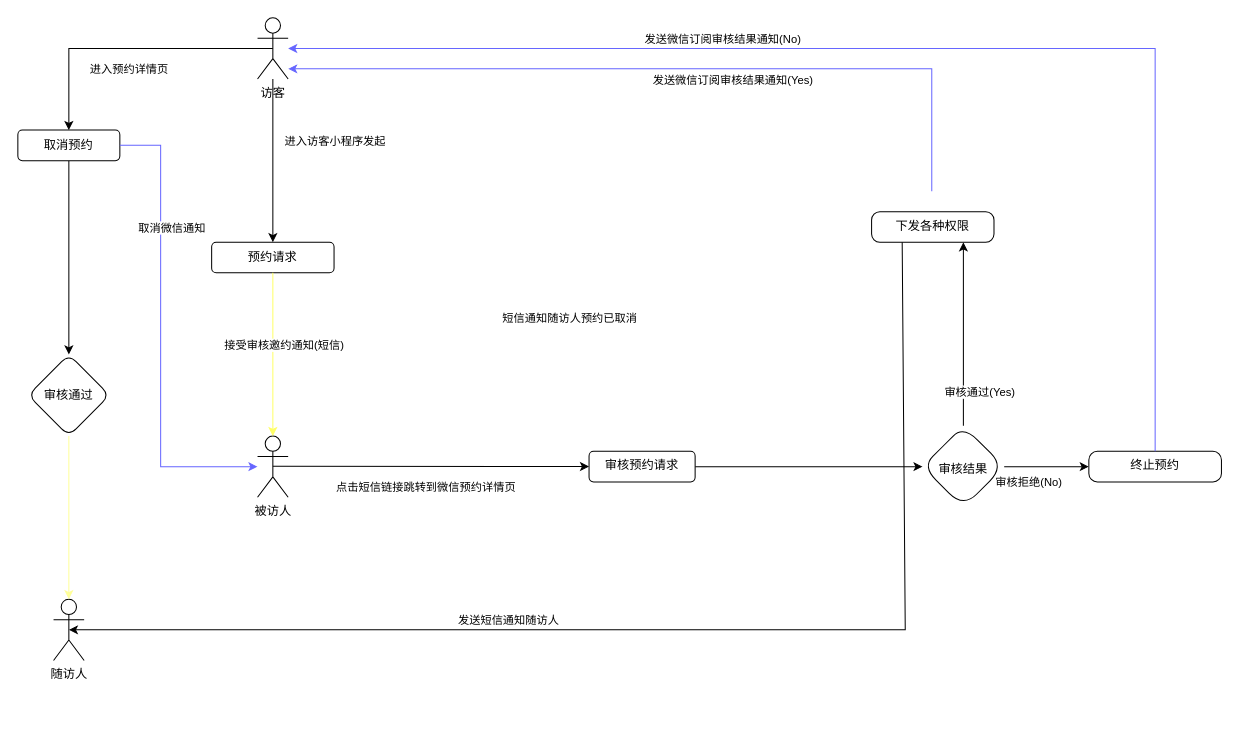
Above: page "预约模式" (1 of 2) of 访客系统/访客系统.drawio in animitta/graph (draw.io), before the change. Source tidied: cells renumbered, new cells numbered last; positions are measured from the earlier drawing's top-left corner, leaving out a move shared by most shapes. Both pictures are drawn from the tidied source at 102%, with x=0, y=0 at pixel (17, 17).
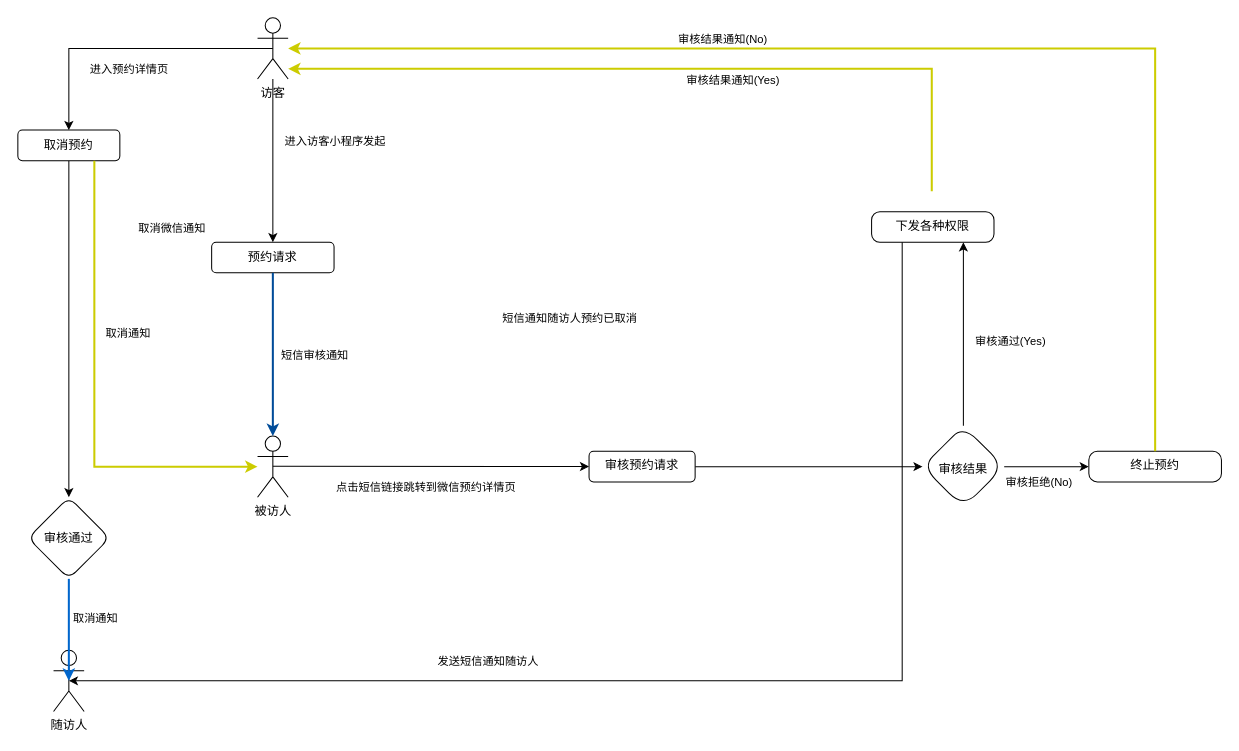
The same page after the edit.

Commit message:
实现邀约模式

The change refers to these unchanged cells:
```xml
<mxCell id="2" value="预约请求" style="rounded=1;whiteSpace=wrap;html=1;fontSize=12;glass=0;strokeWidth=1;shadow=0;" parent="1" vertex="1">
  <mxGeometry x="190" y="220" width="120" height="30" as="geometry" />
</mxCell>
<mxCell id="3" value="被访人" style="shape=umlActor;verticalLabelPosition=bottom;verticalAlign=top;html=1;outlineConnect=0;" parent="1" vertex="1">
  <mxGeometry x="235" y="410" width="30" height="60" as="geometry" />
</mxCell>
<mxCell id="4" value="访客" style="shape=umlActor;verticalLabelPosition=bottom;verticalAlign=top;html=1;outlineConnect=0;" parent="1" vertex="1">
  <mxGeometry x="235" width="30" height="60" as="geometry" />
</mxCell>
<mxCell id="16" value="下发各种权限" style="whiteSpace=wrap;html=1;verticalAlign=top;rounded=1;arcSize=27;" parent="1" vertex="1">
  <mxGeometry x="837" y="190" width="120" height="30" as="geometry" />
</mxCell>
<mxCell id="18" value="终止预约" style="whiteSpace=wrap;html=1;verticalAlign=top;rounded=1;arcSize=28;" parent="1" vertex="1">
  <mxGeometry x="1050" y="425" width="130" height="30" as="geometry" />
</mxCell>
<mxCell id="28" value="取消预约" style="rounded=1;whiteSpace=wrap;html=1;" parent="1" vertex="1">
  <mxGeometry y="110" width="100" height="30" as="geometry" />
</mxCell>
```

Change to the diagram source:
```diff
@@
-    <mxCell id="7" style="endArrow=classic;html=1;rounded=0;exitX=0.5;exitY=1;exitDx=0;exitDy=0;entryX=0.5;entryY=0;entryDx=0;entryDy=0;entryPerimeter=0;strokeColor=#FFFF66;" parent="1" edge="1" source="2" target="3">
+    <mxCell id="7" style="endArrow=classic;html=1;rounded=0;exitX=0.5;exitY=1;exitDx=0;exitDy=0;entryX=0.5;entryY=0;entryDx=0;entryDy=0;entryPerimeter=0;strokeColor=#004C99;strokeWidth=2;" parent="1" edge="1" source="2" target="3">
       <mxGeometry relative="1" as="geometry">
         <Array as="points">
           <mxPoint x="250" y="340" />
         </Array>
       </mxGeometry>
     </mxCell>
-    <mxCell id="8" value="接受审核邀约通知(短信)" style="edgeLabel;html=1;align=center;verticalAlign=middle;" parent="7" vertex="1">
+    <mxCell id="8" value="短信审核通知" style="edgeLabel;html=1;align=center;verticalAlign=middle;" parent="7" vertex="1">
       <mxGeometry relative="1" as="geometry">
-        <mxPoint x="10" y="-10" as="offset" />
+        <mxPoint x="40" as="offset" />
       </mxGeometry>
     </mxCell>
@@
     <mxCell id="17" value="审核通过(Yes)" style="edgeLabel;html=1;align=center;verticalAlign=middle;" parent="1" vertex="1">
-      <mxGeometry x="950" y="370" as="geometry">
+      <mxGeometry x="980" y="320" as="geometry">
         <mxPoint x="-8" y="-4" as="offset" />
       </mxGeometry>
     </mxCell>
@@
     <mxCell id="19" value="审核拒绝(No)" style="edgeLabel;html=1;align=center;verticalAlign=middle;" parent="1" vertex="1">
-      <mxGeometry x="990" y="425" as="geometry">
+      <mxGeometry x="1000" y="425" as="geometry">
         <mxPoint y="29" as="offset" />
       </mxGeometry>
     </mxCell>
-    <mxCell id="20" style="endArrow=classic;html=1;rounded=0;exitX=0.5;exitY=0;exitDx=0;exitDy=0;strokeColor=#6666FF;" parent="1" edge="1" source="18" target="4">
+    <mxCell id="20" style="endArrow=classic;html=1;rounded=0;exitX=0.5;exitY=0;exitDx=0;exitDy=0;strokeColor=#CCCC00;strokeWidth=2;" parent="1" edge="1" source="18" target="4">
       <mxGeometry relative="1" as="geometry">
         <Array as="points">
           <mxPoint x="1115" y="30" />
         </Array>
       </mxGeometry>
     </mxCell>
-    <mxCell id="21" value="发送微信订阅审核结果通知(No)" style="edgeLabel;html=1;align=center;verticalAlign=middle;" parent="20" vertex="1">
+    <mxCell id="21" value="审核结果通知(No)" style="edgeLabel;html=1;align=center;verticalAlign=middle;" parent="20" vertex="1">
       <mxGeometry relative="1" as="geometry">
         <mxPoint x="-197" y="-10" as="offset" />
       </mxGeometry>
     </mxCell>
-    <mxCell id="22" style="endArrow=classic;html=1;rounded=0;entryX=1;entryY=1;entryDx=0;entryDy=0;entryPerimeter=0;strokeColor=#6666FF;" parent="1" edge="1">
+    <mxCell id="22" style="endArrow=classic;html=1;rounded=0;entryX=1;entryY=1;entryDx=0;entryDy=0;entryPerimeter=0;strokeColor=#CCCC00;strokeWidth=2;" parent="1" edge="1">
       <mxGeometry relative="1" as="geometry">
         <mxPoint x="896" y="170" as="sourcePoint" />
         <mxPoint x="265" y="50" as="targetPoint" />
         <Array as="points">
           <mxPoint x="896" y="50" />
         </Array>
       </mxGeometry>
     </mxCell>
-    <mxCell id="23" value="发送微信订阅审核结果通知(Yes)" style="edgeLabel;html=1;align=center;verticalAlign=middle;" parent="22" vertex="1">
+    <mxCell id="23" value="审核结果通知(Yes)" style="edgeLabel;html=1;align=center;verticalAlign=middle;" parent="22" vertex="1">
       <mxGeometry relative="1" as="geometry">
         <mxPoint x="60" y="10" as="offset" />
       </mxGeometry>
     </mxCell>
     <mxCell id="24" value="随访人" style="shape=umlActor;verticalLabelPosition=bottom;verticalAlign=top;html=1;outlineConnect=0;" parent="1" vertex="1">
-      <mxGeometry x="35" y="570" width="30" height="60" as="geometry" />
+      <mxGeometry x="35" y="620" width="30" height="60" as="geometry" />
     </mxCell>
-    <mxCell id="25" style="endArrow=classic;html=1;rounded=0;exitX=0.25;exitY=1;exitDx=0;exitDy=0;" parent="1" edge="1" source="16">
+    <mxCell id="25" style="endArrow=classic;html=1;rounded=0;exitX=0.25;exitY=1;exitDx=0;exitDy=0;entryX=0.5;entryY=0.5;entryDx=0;entryDy=0;entryPerimeter=0;" parent="1" edge="1" source="16" target="24">
       <mxGeometry relative="1" as="geometry">
-        <mxPoint x="50" y="600" as="targetPoint" />
         <Array as="points">
-          <mxPoint x="870" y="600" />
+          <mxPoint x="867" y="650" />
         </Array>
       </mxGeometry>
     </mxCell>
     <mxCell id="26" value="发送短信通知随访人" style="edgeLabel;html=1;align=center;verticalAlign=middle;" parent="25" vertex="1">
       <mxGeometry relative="1" as="geometry">
-        <mxPoint x="-170" y="-10" as="offset" />
+        <mxPoint x="-213" y="-20" as="offset" />
       </mxGeometry>
     </mxCell>
@@
-    <mxCell id="31" style="edgeStyle=none;rounded=0;jettySize=auto;html=1;exitX=1;exitY=0.5;exitDx=0;exitDy=0;strokeColor=#6666FF;" parent="1" edge="1" source="28" target="3">
+    <mxCell id="31" style="edgeStyle=none;rounded=0;jettySize=auto;html=1;exitX=0.75;exitY=1;exitDx=0;exitDy=0;strokeColor=#CCCC00;strokeWidth=2;" parent="1" edge="1" source="28" target="3">
       <mxGeometry relative="1" as="geometry">
         <Array as="points">
-          <mxPoint x="140" y="125" />
-          <mxPoint x="140" y="440" />
+          <mxPoint x="75" y="440" />
         </Array>
       </mxGeometry>
     </mxCell>
-    <mxCell id="32" style="edgeStyle=none;rounded=0;jettySize=auto;html=1;strokeColor=#FFFF99;" parent="1" edge="1" source="33">
-      <mxGeometry relative="1" as="geometry">
-        <mxPoint x="50" y="570" as="targetPoint" />
-      </mxGeometry>
+    <mxCell id="32" style="edgeStyle=none;rounded=0;jettySize=auto;html=1;strokeColor=#0066CC;strokeWidth=2;entryX=0.5;entryY=0.5;entryDx=0;entryDy=0;entryPerimeter=0;" parent="1" edge="1" source="33" target="24">
+      <mxGeometry relative="1" as="geometry" />
     </mxCell>
     <mxCell id="33" value="审核通过" style="rhombus;whiteSpace=wrap;html=1;rounded=1;" parent="1" vertex="1">
-      <mxGeometry x="10" y="330" width="80" height="80" as="geometry" />
+      <mxGeometry x="10" y="470" width="80" height="80" as="geometry" />
     </mxCell>
@@
+    <mxCell id="36" value="取消通知" style="edgeLabel;html=1;align=center;verticalAlign=middle;" parent="1" vertex="1">
+      <mxGeometry x="80" y="600" as="geometry">
+        <mxPoint x="-5" y="-12" as="offset" />
+      </mxGeometry>
+    </mxCell>
+    <mxCell id="37" value="取消通知" style="edgeLabel;html=1;align=center;verticalAlign=middle;" parent="1" vertex="1">
+      <mxGeometry x="110" y="330" as="geometry">
+        <mxPoint x="-3" y="-22" as="offset" />
+      </mxGeometry>
+    </mxCell>
```
